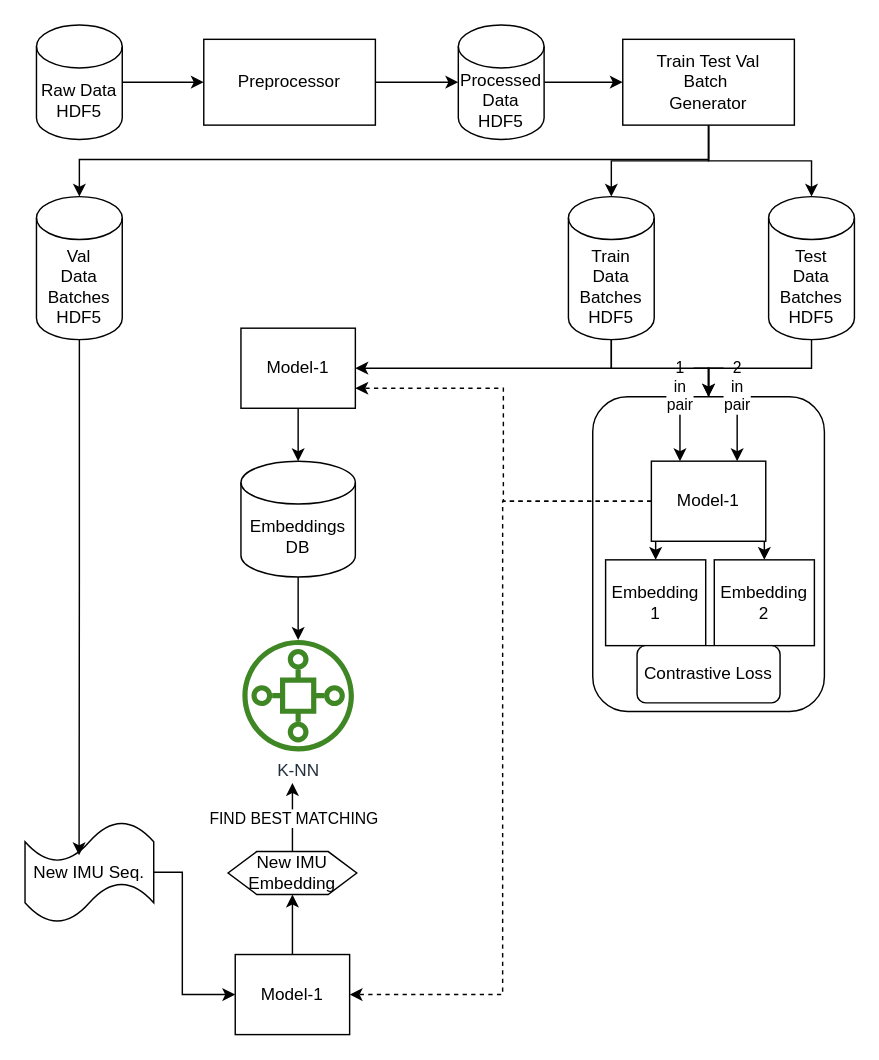
The draw.io diagram documents/archi_1/sample_architecture_1.drawio in FYPUoM18/fyp-retrival-based-localization, before the edit. Source tidied: cells renumbered, new cells numbered last; positions are measured from the earlier drawing's top-left corner, leaving out a move shared by most shapes. Both pictures are drawn from the tidied source at 143%, with x=0, y=0 at pixel (24, 24).
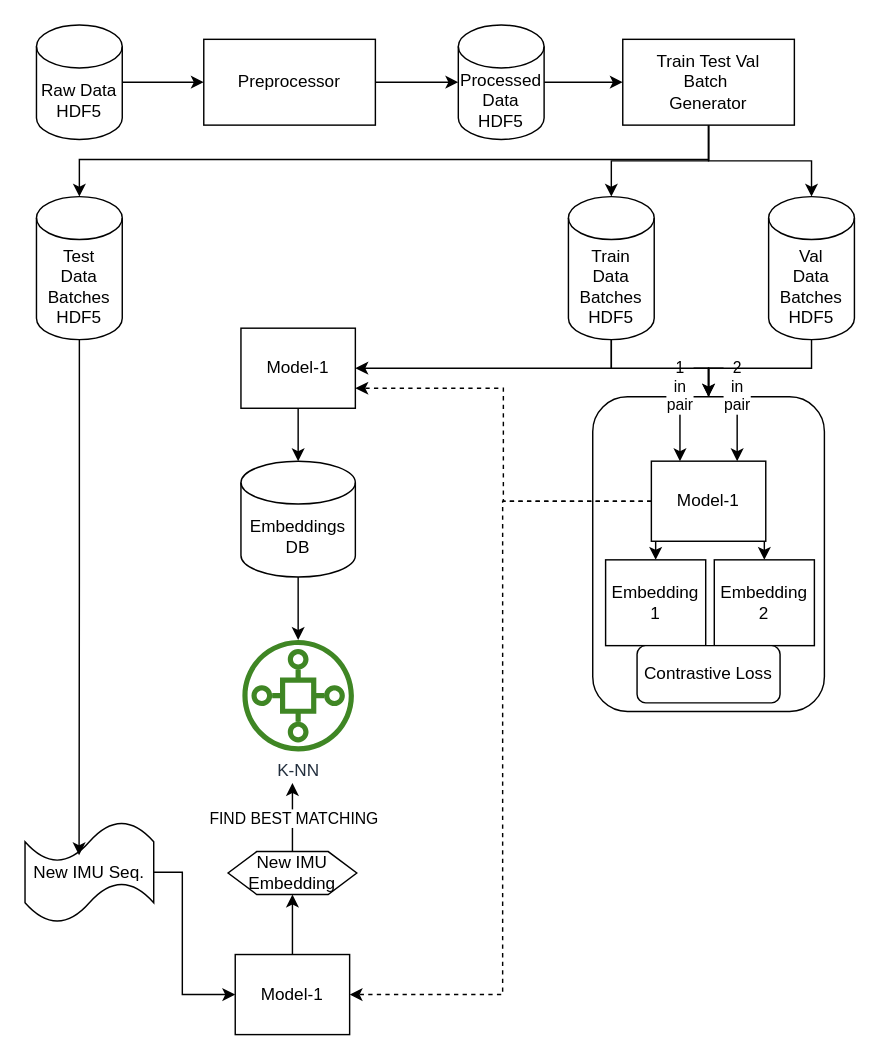
Above is the later version.

The edit, as a diff of the source:
```diff
@@
-    <mxCell id="19" value="Test&lt;br&gt;Data&lt;br&gt;Batches HDF5" style="shape=cylinder3;whiteSpace=wrap;html=1;boundedLbl=1;backgroundOutline=1;size=15;" parent="1" vertex="1">
+    <mxCell id="19" value="Val&lt;br&gt;Data&lt;br&gt;Batches HDF5" style="shape=cylinder3;whiteSpace=wrap;html=1;boundedLbl=1;backgroundOutline=1;size=15;" parent="1" vertex="1">
       <mxGeometry x="520" y="120" width="60" height="100" as="geometry" />
     </mxCell>
@@
-    <mxCell id="36" value="Val&lt;br&gt;Data&lt;br&gt;Batches HDF5" style="shape=cylinder3;whiteSpace=wrap;html=1;boundedLbl=1;backgroundOutline=1;size=15;" parent="1" vertex="1">
+    <mxCell id="36" value="Test&lt;br&gt;Data&lt;br&gt;Batches HDF5" style="shape=cylinder3;whiteSpace=wrap;html=1;boundedLbl=1;backgroundOutline=1;size=15;" parent="1" vertex="1">
       <mxGeometry x="8" y="120" width="60" height="100" as="geometry" />
     </mxCell>
```
